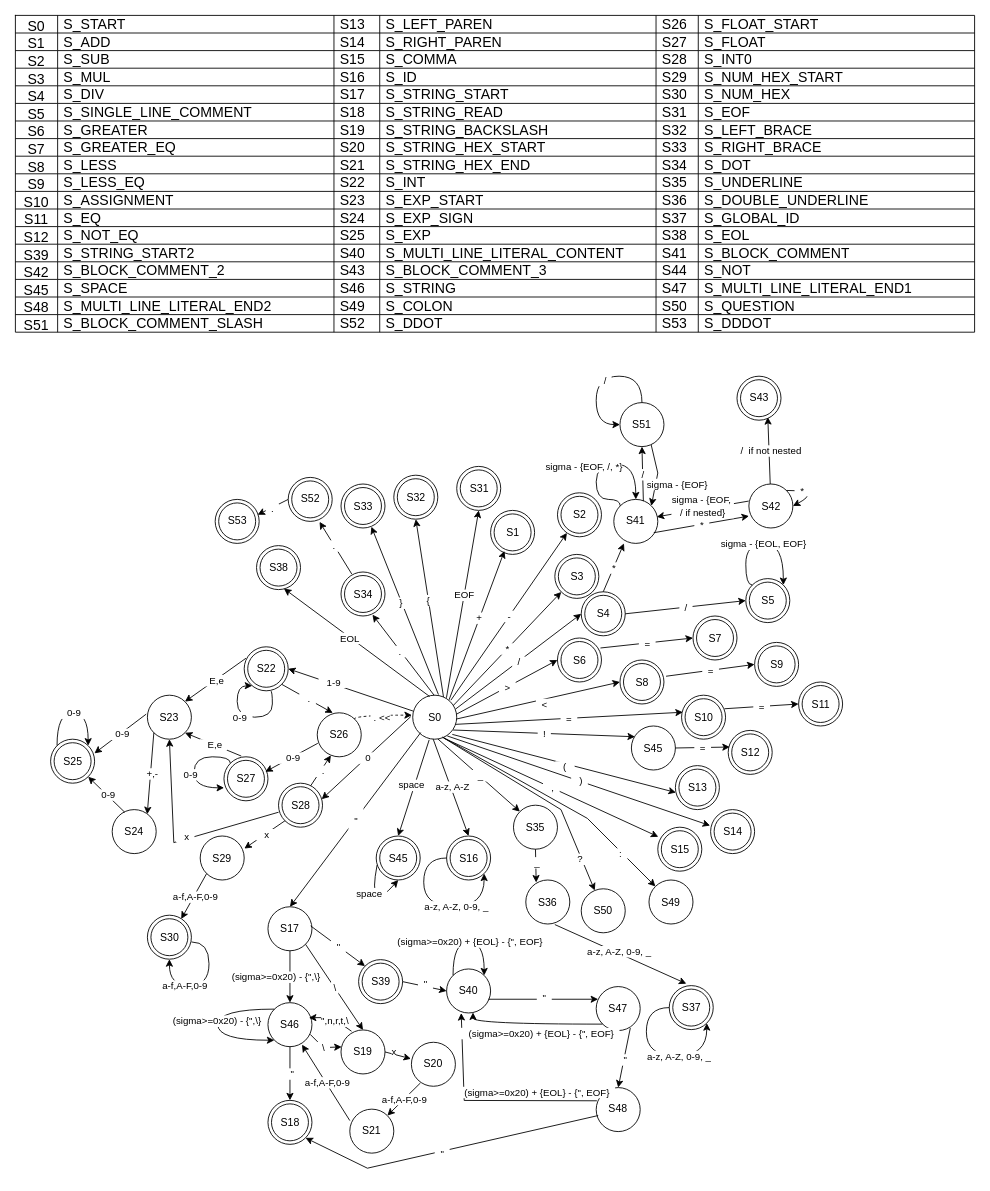
Before: doc/IFJ25_FSM.drawio in Erobrine2811/IFJ, a draw.io diagram. Source tidied: cells renumbered, new cells numbered last; positions are measured from the earlier drawing's top-left corner, leaving out a move shared by most shapes. Both pictures are drawn from the tidied source at 88%, with x=0, y=0 at pixel (15, 15).
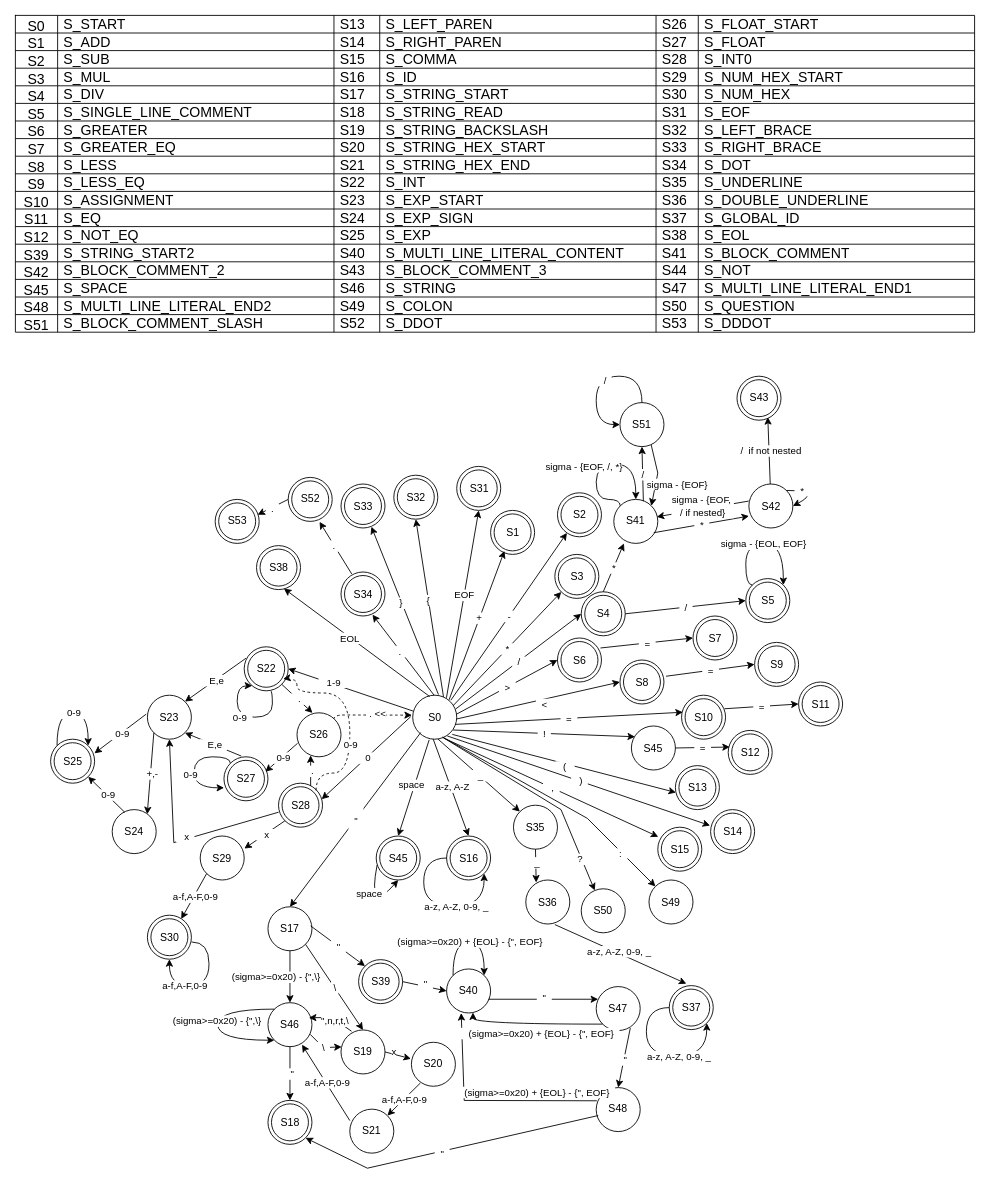
The same page after the edit.

Unchanged cells that the change refers to:
```xml
<mxCell id="189" value="S22" style="ellipse;html=1;shape=endState;fillColor=none;strokeColor=default;" parent="186" vertex="1">
  <mxGeometry width="50" height="50" as="geometry" />
</mxCell>
<mxCell id="233" value="S0" style="ellipse;whiteSpace=wrap;html=1;perimeterSpacing=20;shadow=0;labelPadding=0;fillColor=light-dark(#FFFFFF, #121212);" parent="232" vertex="1">
  <mxGeometry x="10" width="50" height="50" as="geometry" />
</mxCell>
```

What changed in the source:
```diff
@@
     <mxCell id="174" style="edgeStyle=orthogonalEdgeStyle;rounded=0;jettySize=auto;html=1;exitX=0.834;exitY=0.148;exitDx=0;exitDy=0;curved=1;dashed=1;exitPerimeter=0;entryX=0.212;entryY=0.474;entryDx=0;entryDy=0;entryPerimeter=0;" parent="1" edge="1" source="176" target="233">
       <mxGeometry relative="1" as="geometry">
         <Array as="points">
+          <mxPoint x="362" y="795" />
           <mxPoint x="385" y="795" />
         </Array>
       </mxGeometry>
     </mxCell>
     <mxCell id="175" value="&amp;nbsp;. &amp;lt;&amp;lt;" style="edgeLabel;html=1;align=center;verticalAlign=middle;" parent="174" vertex="1">
       <mxGeometry x="-0.49" y="9" relative="1" as="geometry">
-        <mxPoint x="17" y="11" as="offset" />
+        <mxPoint x="29" y="7" as="offset" />
       </mxGeometry>
     </mxCell>
     <mxCell id="176" value="S26" style="ellipse;whiteSpace=wrap;html=1;" parent="1" vertex="1">
-      <mxGeometry x="343" y="792.5" width="50" height="50" as="geometry" />
+      <mxGeometry x="320" y="792.5" width="50" height="50" as="geometry" />
     </mxCell>
@@
+    <mxCell id="357" style="edgeStyle=orthogonalEdgeStyle;rounded=0;jettySize=auto;html=1;exitX=1;exitY=0;exitDx=0;exitDy=0;curved=1;entryX=0.884;entryY=0.729;entryDx=0;entryDy=0;entryPerimeter=0;dashed=1;" parent="1" edge="1" target="189">
+      <mxGeometry relative="1" as="geometry">
+        <mxPoint x="341.7" y="880.8" as="sourcePoint" />
+        <Array as="points">
+          <mxPoint x="342" y="861" />
+          <mxPoint x="380" y="861" />
+          <mxPoint x="380" y="770" />
+          <mxPoint x="320" y="770" />
+          <mxPoint x="320" y="755" />
+          <mxPoint x="310" y="755" />
+          <mxPoint x="310" y="753" />
+          <mxPoint x="304" y="753" />
+        </Array>
+      </mxGeometry>
+    </mxCell>
+    <mxCell id="358" value="0-9" style="edgeLabel;html=1;align=center;verticalAlign=middle;" parent="357" vertex="1">
+      <mxGeometry x="-0.25" relative="1" as="geometry" />
+    </mxCell>
```
